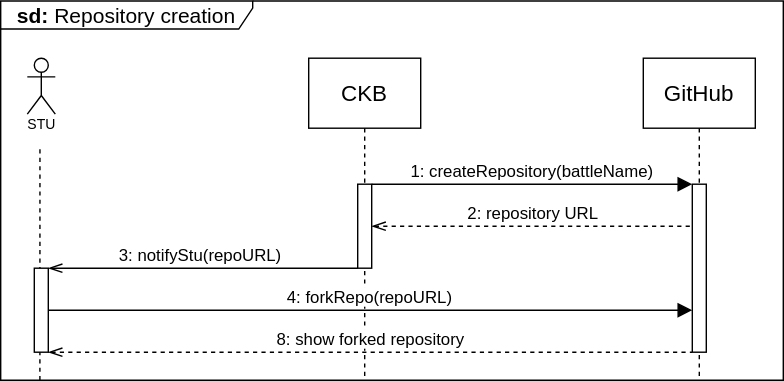
This is RASD/images/sequence_diagrams/.svg/Repository_Creation.svg from pontig/sw-eng-2-PasiniPontiggiaStasi, a draw.io export, as it was before one commit. Source tidied: cells renumbered, new cells last; positions are measured from the earlier drawing's top-left corner, leaving out a move shared by most shapes. Source of this version:
```xml
<mxGraphModel>
  <root>
    <mxCell id="0" />
    <mxCell id="1" parent="0" />
    <mxCell id="2" style="endArrow=none;html=1;rounded=0;fontSize=12;startSize=8;endSize=8;curved=1;dashed=1;entryX=0.476;entryY=1.12;entryDx=0;entryDy=0;entryPerimeter=0;" parent="1" edge="1" target="6">
      <mxGeometry relative="1" as="geometry">
        <mxPoint x="28" y="271" as="sourcePoint" />
      </mxGeometry>
    </mxCell>
    <mxCell id="3" value="CKB" style="shape=umlLifeline;perimeter=lifelinePerimeter;whiteSpace=wrap;html=1;newEdgeStyle={&quot;edgeStyle&quot;:&quot;elbowEdgeStyle&quot;,&quot;elbow&quot;:&quot;vertical&quot;,&quot;curved&quot;:0,&quot;rounded&quot;:0};fontSize=16;size=50;" parent="1" vertex="1">
      <mxGeometry x="220" y="41" width="80" height="230" as="geometry" />
    </mxCell>
    <mxCell id="4" style="html=1;points=[[0,0,0,0,5],[0,1,0,0,-5],[1,0,0,0,5],[1,1,0,0,-5]];perimeter=orthogonalPerimeter;outlineConnect=0;targetShapes=umlLifeline;portConstraint=eastwest;newEdgeStyle={&quot;curved&quot;:0,&quot;rounded&quot;:0};fontSize=16;" parent="3" vertex="1">
      <mxGeometry x="35" y="90" width="10" height="60" as="geometry" />
    </mxCell>
    <mxCell id="5" style="shape=umlActor;verticalLabelPosition=bottom;verticalAlign=top;html=1;fontSize=16;" parent="1" vertex="1">
      <mxGeometry x="19" y="41" width="20" height="40" as="geometry" />
    </mxCell>
    <mxCell id="6" value="&lt;font style=&quot;font-size: 10px;&quot;&gt;STU&lt;/font&gt;" style="text;html=1;align=center;verticalAlign=middle;points=[];strokeColor=none;fillColor=none;fontSize=16;" parent="1" vertex="1">
      <mxGeometry x="9" y="71" width="40" height="30" as="geometry" />
    </mxCell>
    <mxCell id="7" value="4: forkRepo(repoURL)&amp;nbsp;" style="html=1;verticalAlign=bottom;endArrow=block;curved=0;rounded=0;fontSize=12;startSize=8;endSize=8;exitX=0.563;exitY=0.002;exitDx=0;exitDy=0;exitPerimeter=0;" parent="1" edge="1" target="15">
      <mxGeometry x="0.01" relative="1" as="geometry">
        <mxPoint x="34" y="221" as="sourcePoint" />
      </mxGeometry>
    </mxCell>
    <mxCell id="8" value="&lt;font style=&quot;font-size: 15px;&quot;&gt;&lt;b&gt;sd: &lt;/b&gt;Repository creation&lt;/font&gt;" style="shape=umlFrame;whiteSpace=wrap;html=1;fontSize=16;width=180;height=20;" parent="1" vertex="1">
      <mxGeometry y="0.2" width="559" height="270.8" as="geometry" />
    </mxCell>
    <mxCell id="9" style="html=1;verticalAlign=bottom;endArrow=block;curved=0;rounded=0;fontSize=12;startSize=8;endSize=8;" parent="1" edge="1" target="10">
      <mxGeometry relative="1" as="geometry">
        <mxPoint x="29" y="190.2" as="sourcePoint" />
      </mxGeometry>
    </mxCell>
    <mxCell id="10" style="html=1;points=[[0,0,0,0,5],[0,1,0,0,-5],[1,0,0,0,5],[1,1,0,0,-5]];perimeter=orthogonalPerimeter;outlineConnect=0;targetShapes=umlLifeline;portConstraint=eastwest;newEdgeStyle={&quot;curved&quot;:0,&quot;rounded&quot;:0};fontSize=16;" parent="1" vertex="1">
      <mxGeometry x="24" y="191" width="10" height="60" as="geometry" />
    </mxCell>
    <mxCell id="11" style="html=1;align=left;spacingLeft=2;endArrow=block;rounded=0;edgeStyle=orthogonalEdgeStyle;curved=0;rounded=0;fontSize=12;startSize=8;endSize=8;" parent="1" edge="1">
      <mxGeometry x="-0.61" y="10" relative="1" as="geometry">
        <mxPoint x="265" y="131" as="sourcePoint" />
        <mxPoint x="494" y="131" as="targetPoint" />
      </mxGeometry>
    </mxCell>
    <mxCell id="12" value="3: notifyStu(repoURL)&amp;nbsp;" style="html=1;verticalAlign=bottom;endArrow=none;curved=0;rounded=0;fontSize=12;startSize=8;endSize=8;startArrow=openThin;startFill=0;endFill=0;" parent="1" edge="1" source="10" target="4">
      <mxGeometry relative="1" as="geometry">
        <Array as="points">
          <mxPoint x="246" y="191" />
        </Array>
      </mxGeometry>
    </mxCell>
    <mxCell id="13" value="8: show forked repository" style="html=1;verticalAlign=bottom;endArrow=none;curved=0;rounded=0;fontSize=12;startSize=8;endSize=8;dashed=1;startArrow=openThin;startFill=0;endFill=0;" parent="1" edge="1" target="15">
      <mxGeometry relative="1" as="geometry">
        <mxPoint x="34" y="251" as="sourcePoint" />
        <Array as="points">
          <mxPoint x="250" y="251" />
        </Array>
      </mxGeometry>
    </mxCell>
    <mxCell id="14" value="GitHub" style="shape=umlLifeline;perimeter=lifelinePerimeter;whiteSpace=wrap;html=1;newEdgeStyle={&quot;edgeStyle&quot;:&quot;elbowEdgeStyle&quot;,&quot;elbow&quot;:&quot;vertical&quot;,&quot;curved&quot;:0,&quot;rounded&quot;:0};fontSize=16;size=50;" parent="1" vertex="1">
      <mxGeometry x="459" y="41" width="80" height="230" as="geometry" />
    </mxCell>
    <mxCell id="15" style="html=1;points=[[0,0,0,0,5],[0,1,0,0,-5],[1,0,0,0,5],[1,1,0,0,-5]];perimeter=orthogonalPerimeter;outlineConnect=0;targetShapes=umlLifeline;portConstraint=eastwest;newEdgeStyle={&quot;curved&quot;:0,&quot;rounded&quot;:0};fontSize=16;" parent="14" vertex="1">
      <mxGeometry x="35" y="90" width="10" height="120" as="geometry" />
    </mxCell>
    <mxCell id="16" value="1: createRepository(battleName)&amp;nbsp;" style="text;html=1;align=center;verticalAlign=middle;strokeColor=none;fillColor=none;" parent="1" vertex="1">
      <mxGeometry x="281" y="107" width="200" height="30" as="geometry" />
    </mxCell>
    <mxCell id="17" value="2: repository URL" style="html=1;verticalAlign=bottom;endArrow=none;curved=0;rounded=0;fontSize=12;startSize=8;endSize=8;dashed=1;startArrow=openThin;startFill=0;endFill=0;" parent="1" edge="1" source="4" target="15">
      <mxGeometry relative="1" as="geometry">
        <Array as="points">
          <mxPoint x="485" y="161" />
        </Array>
      </mxGeometry>
    </mxCell>
  </root>
</mxGraphModel>
```
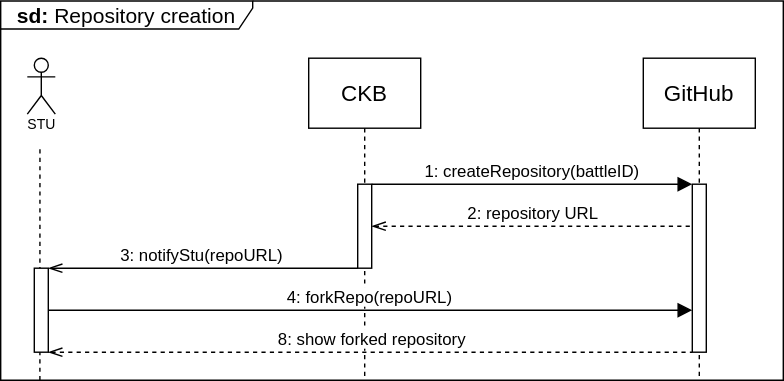
After the commit.

What changed in the source:
```diff
@@ -62,8 +62,8 @@
     <mxCell id="15" style="html=1;points=[[0,0,0,0,5],[0,1,0,0,-5],[1,0,0,0,5],[1,1,0,0,-5]];perimeter=orthogonalPerimeter;outlineConnect=0;targetShapes=umlLifeline;portConstraint=eastwest;newEdgeStyle={&quot;curved&quot;:0,&quot;rounded&quot;:0};fontSize=16;" parent="14" vertex="1">
       <mxGeometry x="35" y="90" width="10" height="120" as="geometry" />
     </mxCell>
-    <mxCell id="16" value="1: createRepository(battleName)&amp;nbsp;" style="text;html=1;align=center;verticalAlign=middle;strokeColor=none;fillColor=none;" parent="1" vertex="1">
-      <mxGeometry x="281" y="107" width="200" height="30" as="geometry" />
+    <mxCell id="16" value="1: createRepository(battleID)&amp;nbsp;" style="text;html=1;align=center;verticalAlign=middle;strokeColor=none;fillColor=none;" parent="1" vertex="1">
+      <mxGeometry x="291" y="107" width="180" height="30" as="geometry" />
     </mxCell>
     <mxCell id="17" value="2: repository URL" style="html=1;verticalAlign=bottom;endArrow=none;curved=0;rounded=0;fontSize=12;startSize=8;endSize=8;dashed=1;startArrow=openThin;startFill=0;endFill=0;" parent="1" edge="1" source="4" target="15">
       <mxGeometry relative="1" as="geometry">
```
